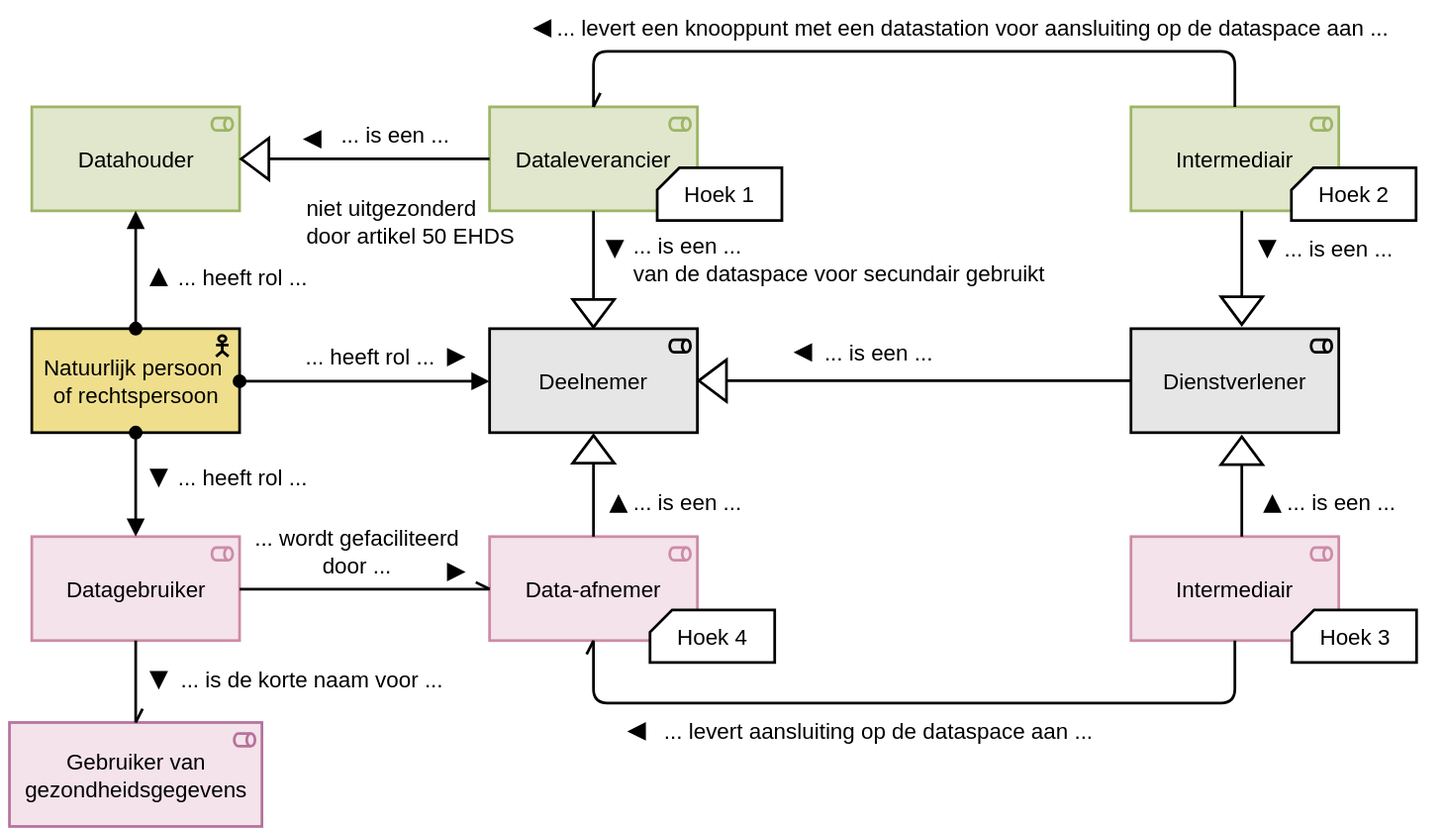
Above: arc42/images/datastation-4corner.drawio.svg in plugin-healthcare/architectuur (draw.io), before the change. Source tidied: cells renumbered, new cells last; positions are measured from the earlier drawing's top-left corner, leaving out a move shared by most shapes.
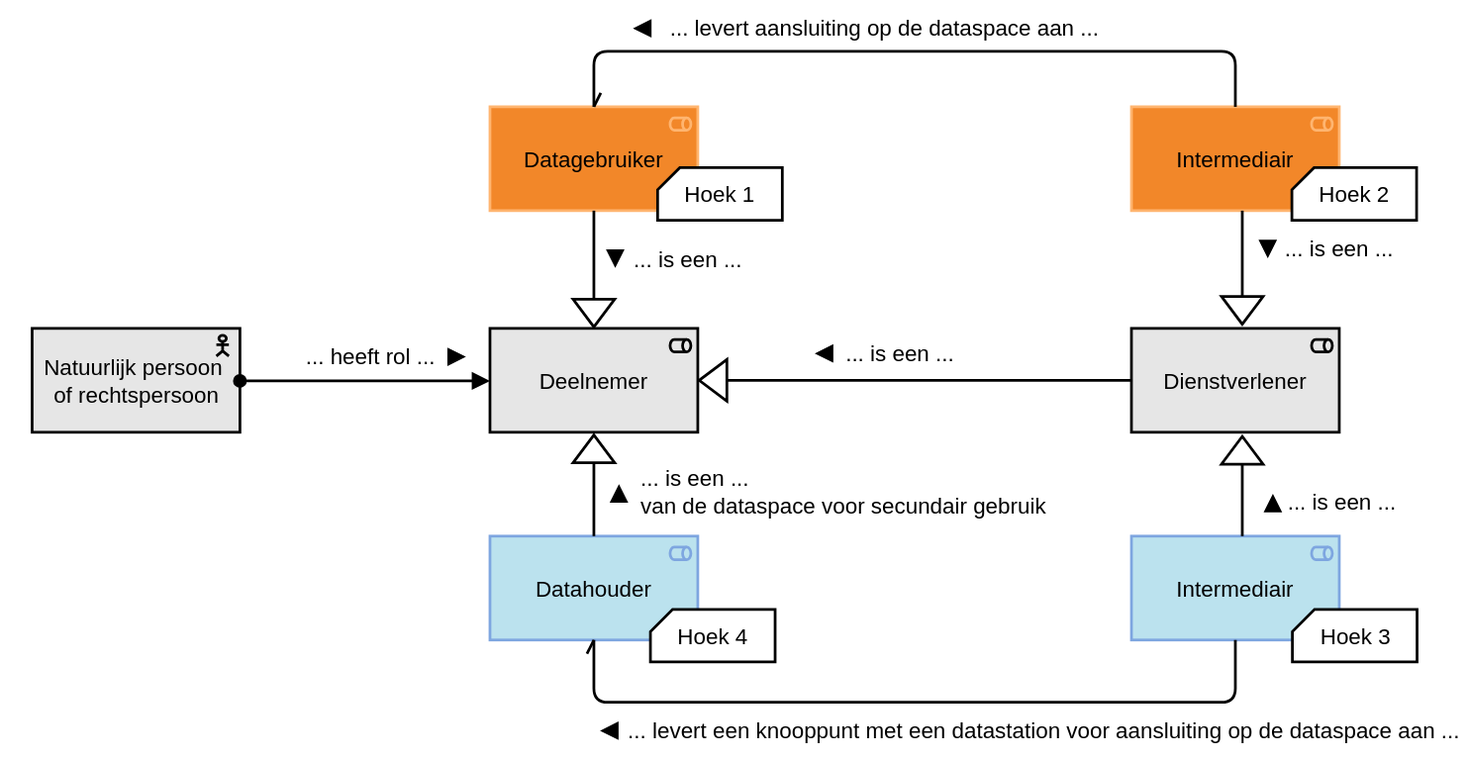
After the commit.

Change to the diagram source:
```diff
@@ -10,3 +10,3 @@
     </mxCell>
-    <mxCell id="4" value="Natuurlijk persoon&amp;nbsp;&lt;div&gt;of rechtspersoon&lt;/div&gt;" style="html=1;outlineConnect=0;whiteSpace=wrap;fillColor=light-dark(#EFDF8C,#EFDF8C);shape=mxgraph.archimate3.application;appType=actor;archiType=square;fontSize=16;strokeWidth=1.9685;" parent="1" vertex="1">
+    <mxCell id="4" value="Natuurlijk persoon&amp;nbsp;&lt;div&gt;of rechtspersoon&lt;/div&gt;" style="html=1;outlineConnect=0;whiteSpace=wrap;fillColor=light-dark(#E6E6E6,#EFDF8C);shape=mxgraph.archimate3.application;appType=actor;archiType=square;fontSize=16;strokeWidth=1.9685;" parent="1" vertex="1">
       <mxGeometry x="22.9" y="237.1" width="150" height="75" as="geometry" />
@@ -16,11 +16,11 @@
     </mxCell>
-    <mxCell id="6" value="Dataleverancier" style="html=1;outlineConnect=0;whiteSpace=wrap;fillColor=light-dark(#E1E7CD,#E1E7CD);shape=mxgraph.archimate3.application;appType=role;archiType=square;fontSize=16;strokeWidth=1.9685;strokeColor=light-dark(#9DB566,#9DB566);" parent="1" vertex="1">
-      <mxGeometry x="353.4" y="77.1" width="150" height="75" as="geometry" />
-    </mxCell>
-    <mxCell id="7" value="Data-afnemer" style="html=1;outlineConnect=0;whiteSpace=wrap;fillColor=light-dark(#F4E3EA,#F4E3EA);shape=mxgraph.archimate3.application;appType=role;archiType=square;fontSize=16;strokeWidth=1.9685;strokeColor=light-dark(#CD8BA7,#CD8BA7);" parent="1" vertex="1">
-      <mxGeometry x="353.4" y="387.1" width="150" height="75" as="geometry" />
-    </mxCell>
-    <mxCell id="8" value="Intermediair" style="html=1;outlineConnect=0;whiteSpace=wrap;fillColor=light-dark(#E1E7CD,#E1E7CD);shape=mxgraph.archimate3.application;appType=role;archiType=square;fontSize=16;strokeWidth=1.9685;strokeColor=light-dark(#9DB566,#9DB566);" parent="1" vertex="1">
-      <mxGeometry x="816.4" y="77.1" width="150" height="75" as="geometry" />
-    </mxCell>
+    <mxCell id="42" value="Datagebruiker" style="html=1;outlineConnect=0;whiteSpace=wrap;fillColor=light-dark(#F28729,#E1E7CD);shape=mxgraph.archimate3.application;appType=role;archiType=square;fontSize=16;strokeWidth=1.9685;strokeColor=light-dark(#FFB570,#9DB566);" parent="1" vertex="1">
+      <mxGeometry x="353.4" y="77.1" width="150" height="75" as="geometry" />
+    </mxCell>
+    <mxCell id="43" value="Datahouder" style="html=1;outlineConnect=0;whiteSpace=wrap;fillColor=#BBE2EE;shape=mxgraph.archimate3.application;appType=role;archiType=square;fontSize=16;strokeWidth=1.9685;strokeColor=#7EA6E0;" parent="1" vertex="1">
+      <mxGeometry x="353.4" y="387.1" width="150" height="75" as="geometry" />
+    </mxCell>
+    <mxCell id="63" value="Intermediair" style="html=1;outlineConnect=0;whiteSpace=wrap;fillColor=light-dark(#F28729,#E1E7CD);shape=mxgraph.archimate3.application;appType=role;archiType=square;fontSize=16;strokeWidth=1.9685;strokeColor=light-dark(#FFB570,#9DB566);" parent="1" vertex="1">
+      <mxGeometry x="816.4" y="77.1" width="150" height="75" as="geometry" />
+    </mxCell>
     <mxCell id="9" style="triangle;whiteSpace=wrap;html=1;strokeWidth=1.9685;rotation=90;" parent="1" vertex="1">
@@ -31,27 +31,27 @@
     </mxCell>
-    <mxCell id="11" style="endArrow=none;html=1;rounded=0;fontSize=12;startSize=8;endSize=8;curved=1;exitX=0;exitY=0.5;exitDx=0;exitDy=0;strokeWidth=1.9685;" parent="1" edge="1" source="10" target="7">
-      <mxGeometry relative="1" as="geometry" />
-    </mxCell>
-    <mxCell id="12" style="endArrow=none;html=1;rounded=0;fontSize=12;startSize=8;endSize=8;curved=1;strokeWidth=1.9685;entryX=0;entryY=0.5;entryDx=0;entryDy=0;" parent="1" edge="1" source="6" target="9">
-      <mxGeometry relative="1" as="geometry" />
-    </mxCell>
-    <mxCell id="13" style="edgeStyle=elbowEdgeStyle;html=1;endArrow=openAsync;elbow=vertical;rounded=1;endFill=0;fontSize=12;startSize=8;endSize=8;curved=0;strokeWidth=1.9685;" parent="1" edge="1" source="8" target="6">
-      <mxGeometry relative="1" as="geometry">
-        <Array as="points">
-          <mxPoint x="601.4" y="37.1" />
-        </Array>
-      </mxGeometry>
-    </mxCell>
+    <mxCell id="64" style="endArrow=none;html=1;rounded=0;fontSize=12;startSize=8;endSize=8;curved=1;exitX=0;exitY=0.5;exitDx=0;exitDy=0;strokeWidth=1.9685;" parent="1" edge="1" source="10" target="43">
+      <mxGeometry relative="1" as="geometry" />
+    </mxCell>
+    <mxCell id="65" style="endArrow=none;html=1;rounded=0;fontSize=12;startSize=8;endSize=8;curved=1;strokeWidth=1.9685;entryX=0;entryY=0.5;entryDx=0;entryDy=0;" parent="1" edge="1" source="42" target="9">
+      <mxGeometry relative="1" as="geometry" />
+    </mxCell>
+    <mxCell id="66" style="edgeStyle=elbowEdgeStyle;html=1;endArrow=openAsync;elbow=vertical;rounded=1;endFill=0;fontSize=12;startSize=8;endSize=8;curved=0;strokeWidth=1.9685;" parent="1" edge="1" source="63" target="42">
+      <mxGeometry relative="1" as="geometry">
+        <Array as="points">
+          <mxPoint x="601.4" y="37.1" />
+        </Array>
+      </mxGeometry>
+    </mxCell>
     <mxCell id="14" value="... levert een knooppunt met een datastation voor aansluiting op de dataspace aan ..." style="text;html=1;whiteSpace=wrap;strokeColor=none;fillColor=none;align=center;verticalAlign=middle;rounded=0;fontSize=16;" parent="1" vertex="1">
-      <mxGeometry x="397" width="610.2" height="40" as="geometry" />
+      <mxGeometry x="448.2" y="507.1" width="610.2" height="40" as="geometry" />
     </mxCell>
-    <mxCell id="15" style="triangle;whiteSpace=wrap;html=1;rotation=-180;fillColor=#000000;" parent="1" vertex="1">
-      <mxGeometry x="385.1" y="14.1" width="11.8" height="11.8" as="geometry" />
-    </mxCell>
-    <mxCell id="16" style="triangle;whiteSpace=wrap;html=1;rotation=90;fillColor=#000000;" parent="1" vertex="1">
-      <mxGeometry x="437.4" y="173.1" width="11.8" height="11.8" as="geometry" />
-    </mxCell>
-    <mxCell id="17" value="... is een ...&amp;nbsp;&lt;div&gt;van de dataspace voor secundair gebruikt&lt;/div&gt;" style="text;html=1;whiteSpace=wrap;strokeColor=none;fillColor=none;align=left;verticalAlign=middle;rounded=0;fontSize=16;" parent="1" vertex="1">
-      <mxGeometry x="455.2" y="167.1" width="305.7" height="40" as="geometry" />
-    </mxCell>
+    <mxCell id="67" style="triangle;whiteSpace=wrap;html=1;rotation=-180;fillColor=#000000;" parent="1" vertex="1">
+      <mxGeometry x="457.1" y="14.1" width="11.8" height="11.8" as="geometry" />
+    </mxCell>
+    <mxCell id="68" style="triangle;whiteSpace=wrap;html=1;rotation=90;fillColor=#000000;" parent="1" vertex="1">
+      <mxGeometry x="437.4" y="180.1" width="11.8" height="11.8" as="geometry" />
+    </mxCell>
+    <mxCell id="69" value="... is een ...&amp;nbsp;" style="text;html=1;whiteSpace=wrap;strokeColor=none;fillColor=none;align=left;verticalAlign=middle;rounded=0;fontSize=16;" parent="1" vertex="1">
+      <mxGeometry x="455.2" y="167.1" width="305.7" height="40" as="geometry" />
+    </mxCell>
     <mxCell id="18" value="Dienstverlener" style="html=1;outlineConnect=0;whiteSpace=wrap;fillColor=light-dark(#E6E6E6,#D8E3F4);shape=mxgraph.archimate3.application;appType=role;archiType=square;fontSize=16;strokeWidth=1.9685;strokeColor=light-dark(#000000,#213E72);" parent="1" vertex="1">
@@ -59,5 +59,5 @@
     </mxCell>
-    <mxCell id="19" value="Intermediair" style="html=1;outlineConnect=0;whiteSpace=wrap;fillColor=light-dark(#F4E3EA,#F4E3EA);shape=mxgraph.archimate3.application;appType=role;archiType=square;fontSize=16;strokeWidth=1.9685;strokeColor=light-dark(#CD8BA7,#CD8BA7);" parent="1" vertex="1">
-      <mxGeometry x="816.4" y="387.1" width="150" height="75" as="geometry" />
-    </mxCell>
+    <mxCell id="70" value="Intermediair" style="html=1;outlineConnect=0;whiteSpace=wrap;fillColor=#BBE2EE;shape=mxgraph.archimate3.application;appType=role;archiType=square;fontSize=16;strokeWidth=1.9685;strokeColor=#7EA6E0;" parent="1" vertex="1">
+      <mxGeometry x="816.4" y="387.1" width="150" height="75" as="geometry" />
+    </mxCell>
     <mxCell id="20" style="triangle;whiteSpace=wrap;html=1;strokeWidth=1.9685;rotation=-180;" parent="1" vertex="1">
@@ -68,14 +68,14 @@
     </mxCell>
-    <mxCell id="22" style="triangle;whiteSpace=wrap;html=1;rotation=-180;fillColor=#000000;" parent="1" vertex="1">
-      <mxGeometry x="573.4" y="247.8" width="11.8" height="11.8" as="geometry" />
-    </mxCell>
-    <mxCell id="23" value="... is een ..." style="text;html=1;whiteSpace=wrap;strokeColor=none;fillColor=none;align=left;verticalAlign=middle;rounded=0;fontSize=16;" parent="1" vertex="1">
-      <mxGeometry x="593.4" y="233.7" width="100" height="40" as="geometry" />
-    </mxCell>
-    <mxCell id="24" style="triangle;whiteSpace=wrap;html=1;rotation=270;fillColor=#000000;" parent="1" vertex="1">
-      <mxGeometry x="440.1" y="357.1" width="11.8" height="11.8" as="geometry" />
-    </mxCell>
-    <mxCell id="25" value="... is een ..." style="text;html=1;whiteSpace=wrap;strokeColor=none;fillColor=none;align=left;verticalAlign=middle;rounded=0;fontSize=16;" parent="1" vertex="1">
-      <mxGeometry x="455.2" y="342.1" width="100" height="40" as="geometry" />
-    </mxCell>
+    <mxCell id="71" style="triangle;whiteSpace=wrap;html=1;rotation=-180;fillColor=#000000;" parent="1" vertex="1">
+      <mxGeometry x="588.4" y="248.8" width="11.8" height="11.8" as="geometry" />
+    </mxCell>
+    <mxCell id="72" value="... is een ..." style="text;html=1;whiteSpace=wrap;strokeColor=none;fillColor=none;align=left;verticalAlign=middle;rounded=0;fontSize=16;" parent="1" vertex="1">
+      <mxGeometry x="608.4" y="234.7" width="100" height="40" as="geometry" />
+    </mxCell>
+    <mxCell id="73" style="triangle;whiteSpace=wrap;html=1;rotation=270;fillColor=#000000;" parent="1" vertex="1">
+      <mxGeometry x="440.1" y="350.1" width="11.8" height="11.8" as="geometry" />
+    </mxCell>
+    <mxCell id="74" value="... is een ...&lt;br&gt;van de dataspace voor secundair gebruik" style="text;html=1;whiteSpace=wrap;strokeColor=none;fillColor=none;align=left;verticalAlign=middle;rounded=0;fontSize=16;" parent="1" vertex="1">
+      <mxGeometry x="460.2" y="335.1" width="301.8" height="40" as="geometry" />
+    </mxCell>
     <mxCell id="26" style="triangle;whiteSpace=wrap;html=1;strokeWidth=1.9685;rotation=-90;" parent="1" vertex="1">
@@ -83,7 +83,7 @@
     </mxCell>
-    <mxCell id="27" style="endArrow=none;html=1;rounded=0;fontSize=12;startSize=8;endSize=8;curved=1;exitX=0;exitY=0.5;exitDx=0;exitDy=0;strokeWidth=1.9685;" parent="1" edge="1" source="26">
-      <mxGeometry relative="1" as="geometry">
-        <mxPoint x="896.4" y="387.1" as="targetPoint" />
-      </mxGeometry>
-    </mxCell>
+    <mxCell id="75" style="endArrow=none;html=1;rounded=0;fontSize=12;startSize=8;endSize=8;curved=1;exitX=0;exitY=0.5;exitDx=0;exitDy=0;strokeWidth=1.9685;" parent="1" edge="1" source="26">
+      <mxGeometry relative="1" as="geometry">
+        <mxPoint x="896.4" y="387.1" as="targetPoint" />
+      </mxGeometry>
+    </mxCell>
     <mxCell id="28" style="triangle;whiteSpace=wrap;html=1;rotation=270;fillColor=#000000;" parent="1" vertex="1">
@@ -97,7 +97,7 @@
     </mxCell>
-    <mxCell id="31" style="endArrow=none;html=1;rounded=0;fontSize=12;startSize=8;endSize=8;curved=1;strokeWidth=1.9685;entryX=0;entryY=0.5;entryDx=0;entryDy=0;" parent="1" edge="1" target="30">
-      <mxGeometry relative="1" as="geometry">
-        <mxPoint x="896.4" y="152.1" as="sourcePoint" />
-      </mxGeometry>
-    </mxCell>
+    <mxCell id="76" style="endArrow=none;html=1;rounded=0;fontSize=12;startSize=8;endSize=8;curved=1;strokeWidth=1.9685;entryX=0;entryY=0.5;entryDx=0;entryDy=0;" parent="1" edge="1" target="30">
+      <mxGeometry relative="1" as="geometry">
+        <mxPoint x="896.4" y="152.1" as="sourcePoint" />
+      </mxGeometry>
+    </mxCell>
     <mxCell id="32" style="triangle;whiteSpace=wrap;html=1;rotation=90;fillColor=#000000;" parent="1" vertex="1">
@@ -108,15 +108,15 @@
     </mxCell>
-    <mxCell id="34" style="edgeStyle=elbowEdgeStyle;html=1;endArrow=openAsync;elbow=vertical;rounded=1;endFill=0;fontSize=12;startSize=8;endSize=8;curved=0;strokeWidth=1.9685;" parent="1" edge="1" source="19" target="7">
-      <mxGeometry relative="1" as="geometry">
-        <Array as="points">
-          <mxPoint x="646.4" y="507.1" />
-        </Array>
-      </mxGeometry>
-    </mxCell>
+    <mxCell id="77" style="edgeStyle=elbowEdgeStyle;html=1;endArrow=openAsync;elbow=vertical;rounded=1;endFill=0;fontSize=12;startSize=8;endSize=8;curved=0;strokeWidth=1.9685;" parent="1" edge="1" source="70" target="43">
+      <mxGeometry relative="1" as="geometry">
+        <Array as="points">
+          <mxPoint x="646.4" y="507.1" />
+        </Array>
+      </mxGeometry>
+    </mxCell>
     <mxCell id="35" value="... levert aansluiting op de dataspace aan ..." style="text;html=1;whiteSpace=wrap;strokeColor=none;fillColor=none;align=center;verticalAlign=middle;rounded=0;fontSize=16;" parent="1" vertex="1">
-      <mxGeometry x="465.2" y="507.1" width="338.2" height="40" as="geometry" />
+      <mxGeometry x="469.2" width="338.2" height="40" as="geometry" />
     </mxCell>
-    <mxCell id="36" style="triangle;whiteSpace=wrap;html=1;rotation=-180;fillColor=#000000;" parent="1" vertex="1">
-      <mxGeometry x="453.4" y="521.2" width="11.8" height="11.8" as="geometry" />
-    </mxCell>
+    <mxCell id="78" style="triangle;whiteSpace=wrap;html=1;rotation=-180;fillColor=#000000;" parent="1" vertex="1">
+      <mxGeometry x="433.4" y="521.2" width="11.8" height="11.8" as="geometry" />
+    </mxCell>
     <mxCell id="37" value="Hoek 1" style="shape=card;whiteSpace=wrap;html=1;size=16;strokeWidth=1.9685;fontSize=16;" parent="1" vertex="1">
@@ -136,35 +136,2 @@
     </mxCell>
-    <mxCell id="42" value="Datagebruiker" style="html=1;outlineConnect=0;whiteSpace=wrap;fillColor=light-dark(#F4E3EA,#F4E3EA);shape=mxgraph.archimate3.application;appType=role;archiType=square;fontSize=16;strokeWidth=1.9685;strokeColor=light-dark(#CD8BA7,#CD8BA7);" parent="1" vertex="1">
-      <mxGeometry x="22.9" y="387.1" width="150" height="75" as="geometry" />
-    </mxCell>
-    <mxCell id="43" value="Datahouder" style="html=1;outlineConnect=0;whiteSpace=wrap;fillColor=light-dark(#E1E7CD,#E1E7CD);shape=mxgraph.archimate3.application;appType=role;archiType=square;fontSize=16;strokeWidth=1.9685;strokeColor=light-dark(#9DB566,#9DB566);" parent="1" vertex="1">
-      <mxGeometry x="22.9" y="77.1" width="150" height="75" as="geometry" />
-    </mxCell>
-    <mxCell id="44" style="triangle;whiteSpace=wrap;html=1;strokeWidth=1.9685;rotation=-180;" parent="1" vertex="1">
-      <mxGeometry x="174" y="99.6" width="20" height="30" as="geometry" />
-    </mxCell>
-    <mxCell id="45" value="... is een ..." style="text;html=1;whiteSpace=wrap;strokeColor=none;fillColor=none;align=left;verticalAlign=middle;rounded=0;fontSize=16;" parent="1" vertex="1">
-      <mxGeometry x="244" y="77.1" width="100" height="40" as="geometry" />
-    </mxCell>
-    <mxCell id="46" style="endArrow=none;html=1;rounded=0;fontSize=12;startSize=8;endSize=8;curved=1;exitX=0;exitY=0.5;exitDx=0;exitDy=0;strokeWidth=1.9685;" parent="1" edge="1" source="44" target="6">
-      <mxGeometry relative="1" as="geometry" />
-    </mxCell>
-    <mxCell id="47" style="triangle;whiteSpace=wrap;html=1;rotation=-180;fillColor=#000000;" parent="1" vertex="1">
-      <mxGeometry x="219.2" y="94" width="11.8" height="11.8" as="geometry" />
-    </mxCell>
-    <mxCell id="48" value="niet uitgezonderd door artikel 50 EHDS" style="text;html=1;whiteSpace=wrap;strokeColor=none;fillColor=none;align=left;verticalAlign=middle;rounded=0;fontSize=16;" parent="1" vertex="1">
-      <mxGeometry x="219.2" y="136" width="154.5" height="48.9" as="geometry" />
-    </mxCell>
-    <mxCell id="49" style="edgeStyle=elbowEdgeStyle;html=1;endArrow=openAsync;elbow=vertical;rounded=1;endFill=0;fontSize=12;startSize=8;endSize=8;curved=0;strokeWidth=1.9685;" parent="1" edge="1" source="42" target="7">
-      <mxGeometry relative="1" as="geometry" />
-    </mxCell>
-    <mxCell id="50" value="... wordt gefaciliteerd door ..." style="text;html=1;whiteSpace=wrap;strokeColor=none;fillColor=none;align=center;verticalAlign=middle;rounded=0;fontSize=16;" parent="1" vertex="1">
-      <mxGeometry x="181.3" y="378" width="153.1" height="40" as="geometry" />
-    </mxCell>
-    <mxCell id="51" style="endArrow=block;html=1;endFill=1;startArrow=oval;startFill=1;edgeStyle=elbowEdgeStyle;elbow=vertical;rounded=0;fontSize=12;startSize=8;endSize=8;curved=1;strokeWidth=1.9685;" parent="1" edge="1" source="4" target="43">
-      <mxGeometry relative="1" as="geometry" />
-    </mxCell>
-    <mxCell id="52" style="endArrow=block;html=1;endFill=1;startArrow=oval;startFill=1;edgeStyle=elbowEdgeStyle;elbow=vertical;rounded=0;fontSize=12;startSize=8;endSize=8;curved=1;strokeWidth=1.9685;" parent="1" edge="1" source="4" target="42">
-      <mxGeometry relative="1" as="geometry" />
-    </mxCell>
     <mxCell id="53" style="triangle;whiteSpace=wrap;html=1;rotation=0;fillColor=#000000;" parent="1" vertex="1">
@@ -172,29 +139,2 @@
     </mxCell>
-    <mxCell id="54" style="triangle;whiteSpace=wrap;html=1;rotation=0;fillColor=#000000;" parent="1" vertex="1">
-      <mxGeometry x="322.6" y="406.2" width="11.8" height="11.8" as="geometry" />
-    </mxCell>
-    <mxCell id="55" value="Gebruiker van gezondheidsgegevens" style="html=1;outlineConnect=0;whiteSpace=wrap;fillColor=light-dark(#F4E3EA,#F4E3EA);shape=mxgraph.archimate3.application;appType=role;archiType=square;fontSize=16;strokeWidth=1.9685;strokeColor=#B5739D;" parent="1" vertex="1">
-      <mxGeometry x="6.8" y="521.2" width="182.2" height="75" as="geometry" />
-    </mxCell>
-    <mxCell id="56" value="... heeft rol ..." style="text;html=1;whiteSpace=wrap;strokeColor=none;fillColor=none;align=center;verticalAlign=middle;rounded=0;fontSize=16;" parent="1" vertex="1">
-      <mxGeometry x="119.2" y="324.1" width="111.7" height="40" as="geometry" />
-    </mxCell>
-    <mxCell id="57" value="... heeft rol ..." style="text;html=1;whiteSpace=wrap;strokeColor=none;fillColor=none;align=center;verticalAlign=middle;rounded=0;fontSize=16;" parent="1" vertex="1">
-      <mxGeometry x="119.2" y="179.6" width="111.7" height="40" as="geometry" />
-    </mxCell>
-    <mxCell id="58" style="triangle;whiteSpace=wrap;html=1;rotation=270;fillColor=#000000;" parent="1" vertex="1">
-      <mxGeometry x="108.2" y="193.7" width="11.8" height="11.8" as="geometry" />
-    </mxCell>
-    <mxCell id="59" style="triangle;whiteSpace=wrap;html=1;rotation=90;fillColor=#000000;" parent="1" vertex="1">
-      <mxGeometry x="108.2" y="338.2" width="11.8" height="11.8" as="geometry" />
-    </mxCell>
-    <mxCell id="60" style="edgeStyle=elbowEdgeStyle;html=1;endArrow=openAsync;elbow=vertical;rounded=1;endFill=0;fontSize=12;startSize=8;endSize=8;curved=0;strokeWidth=1.9685;" parent="1" edge="1" source="42" target="55">
-      <mxGeometry relative="1" as="geometry" />
-    </mxCell>
-    <mxCell id="61" value="... is de korte naam voor ..." style="text;html=1;whiteSpace=wrap;strokeColor=none;fillColor=none;align=center;verticalAlign=middle;rounded=0;fontSize=16;" parent="1" vertex="1">
-      <mxGeometry x="126.7" y="470" width="196" height="40" as="geometry" />
-    </mxCell>
-    <mxCell id="62" style="triangle;whiteSpace=wrap;html=1;rotation=90;fillColor=#000000;" parent="1" vertex="1">
-      <mxGeometry x="108.2" y="484.1" width="11.8" height="11.8" as="geometry" />
-    </mxCell>
   </root>
```
